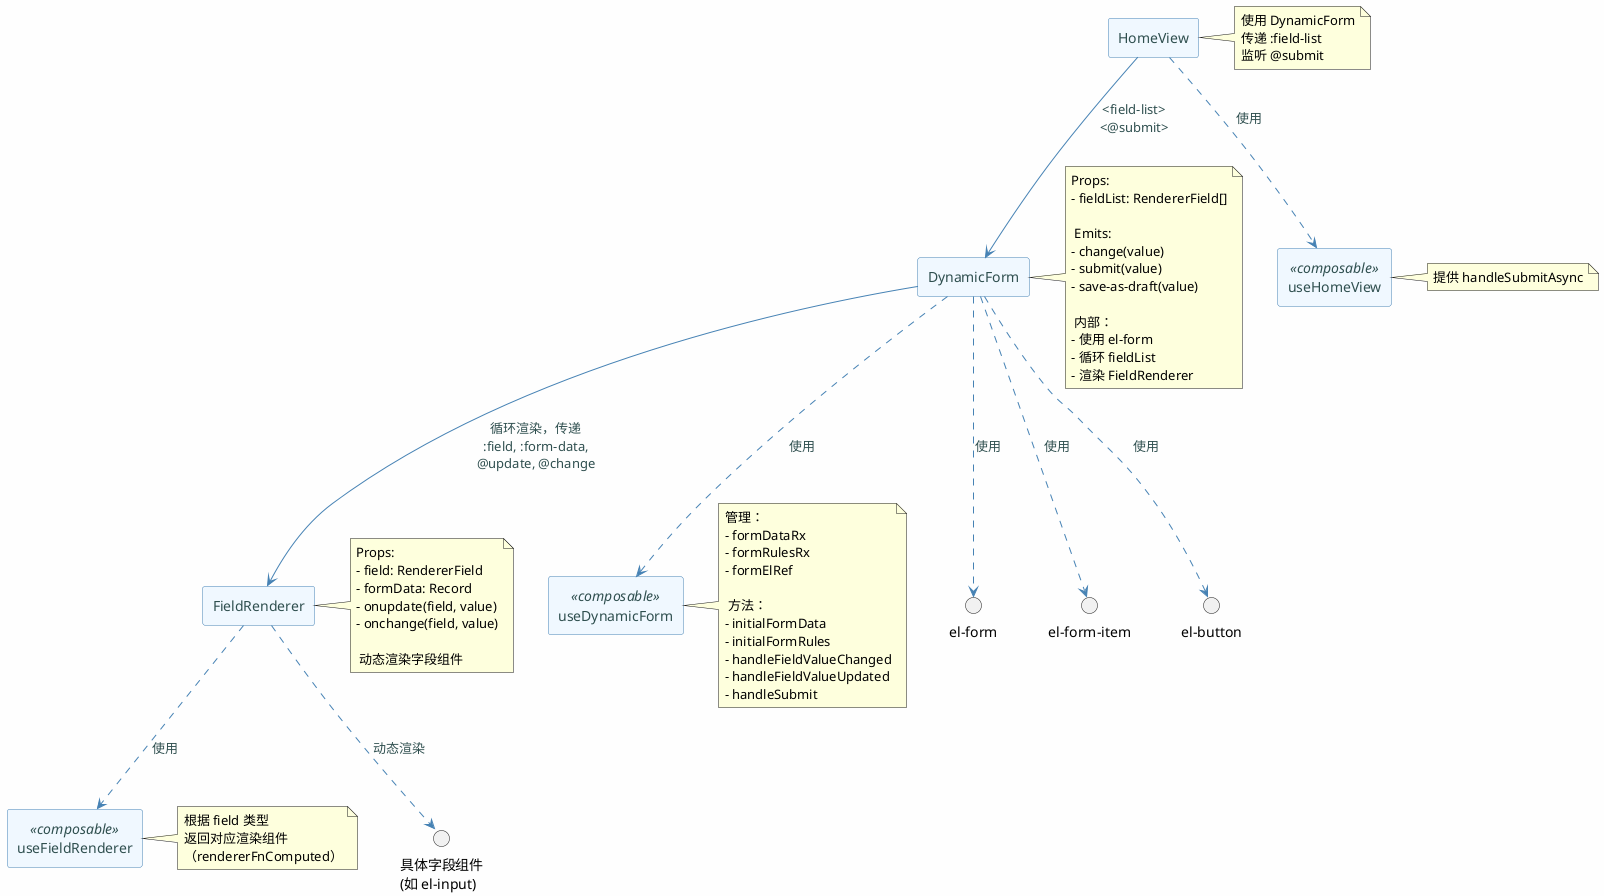
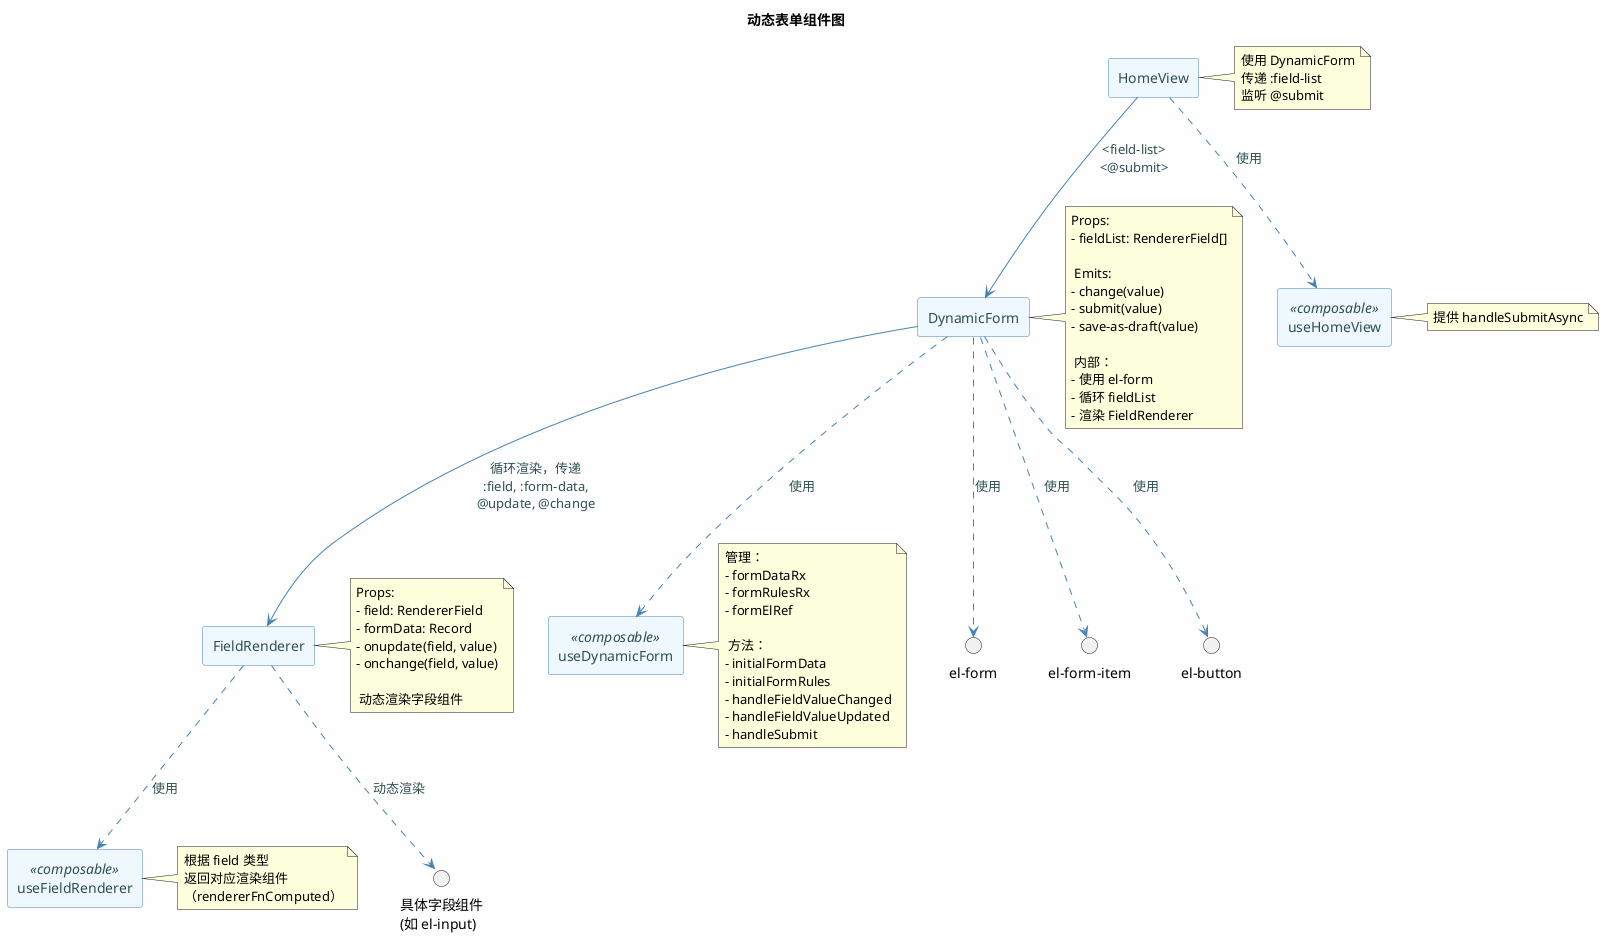
- @startuml
+ @startuml 动态表单
+ title 动态表单组件图
+ 
skinparam componentStyle rectangle
skinparam backgroundColor #FEFEFE
skinparam component {
    BackgroundColor #F0F8FF
    BorderColor #4682B4
    FontColor #2F4F4F
}
skinparam arrow {
    Color #4682B4
    FontColor #2F4F4F
}

component "HomeView" as HomeView
note right of HomeView : 使用 DynamicForm\n传递 :field-list\n监听 @submit

component "DynamicForm" as DynamicForm
note right of DynamicForm : Props:\n- fieldList: RendererField[]\n\n Emits:\n- change(value)\n- submit(value)\n- save-as-draft(value)\n\n 内部：\n- 使用 el-form\n- 循环 fieldList\n- 渲染 FieldRenderer

component "FieldRenderer" as FieldRenderer
note right of FieldRenderer : Props:\n- field: RendererField\n- formData: Record\n- onupdate(field, value)\n- onchange(field, value)\n\n 动态渲染字段组件

' 组合式函数（非组件，但被使用）
component "useHomeView" <<composable>> as useHomeView
note right of useHomeView : 提供 handleSubmitAsync

component "useDynamicForm" <<composable>> as useDynamicForm
note right of useDynamicForm : 管理：\n- formDataRx\n- formRulesRx\n- formElRef\n\n 方法：\n- initialFormData\n- initialFormRules\n- handleFieldValueChanged\n- handleFieldValueUpdated\n- handleSubmit

component "useFieldRenderer" <<composable>> as useFieldRenderer
note right of useFieldRenderer : 根据 field 类型\n返回对应渲染组件\n（rendererFnComputed）

' 关系：HomeView 使用 DynamicForm
HomeView -down-> DynamicForm : <field-list>\n<@submit>
HomeView ..> useHomeView : 使用

' DynamicForm 使用 FieldRenderer
DynamicForm -down-> FieldRenderer : 循环渲染，传递\n:field, :form-data,\n@update, @change

' DynamicForm 使用 useDynamicForm
DynamicForm ..> useDynamicForm : 使用

' FieldRenderer 使用 useFieldRenderer
FieldRenderer ..> useFieldRenderer : 使用

' 依赖外部库（可选）
DynamicForm -[dashed]-> "el-form" : 使用
DynamicForm -[dashed]-> "el-form-item" : 使用
DynamicForm -[dashed]-> "el-button" : 使用
FieldRenderer -[dashed]-> "具体字段组件\n(如 el-input)" : 动态渲染

@enduml